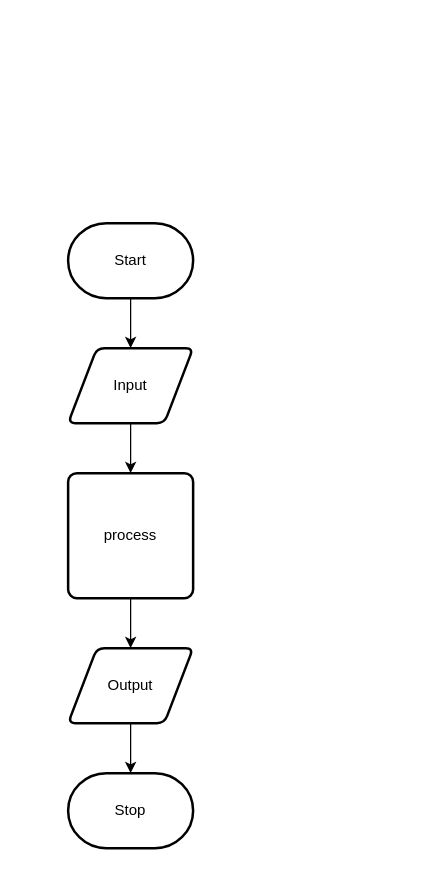
Earlier version of the draw.io diagram design/flow-chart.drawio (brennan-lee/ICS2O-5-06). Source tidied: cells renumbered, new cells numbered last; positions are measured from the earlier drawing's top-left corner, leaving out a move shared by most shapes. Both pictures are drawn from the tidied source at 125%, with x=0, y=0 at pixel (68, 222).
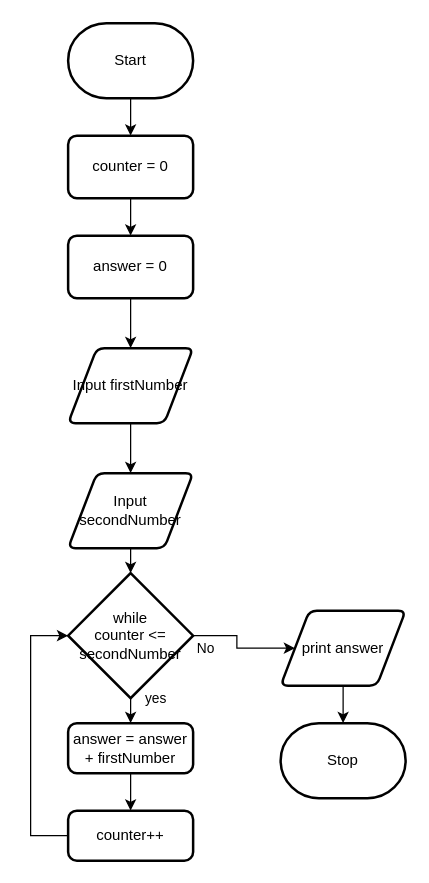
After the change.

Change to the diagram source:
```diff
@@
-    <mxCell id="2" style="edgeStyle=none;html=1;" parent="1" edge="1" source="3" target="5">
-      <mxGeometry relative="1" as="geometry" />
-    </mxCell>
+    <mxCell id="11" style="edgeStyle=orthogonalEdgeStyle;shape=connector;rounded=0;html=1;entryX=0.5;entryY=0;entryDx=0;entryDy=0;labelBackgroundColor=default;fontFamily=Helvetica;fontSize=11;fontColor=default;endArrow=classic;strokeColor=default;" parent="1" edge="1" source="3" target="18">
+      <mxGeometry relative="1" as="geometry" />
+    </mxCell>
     <mxCell id="3" value="Start" style="strokeWidth=2;html=1;shape=mxgraph.flowchart.terminator;whiteSpace=wrap;" parent="1" vertex="1">
-      <mxGeometry width="100" height="60" as="geometry" />
+      <mxGeometry y="-160" width="100" height="60" as="geometry" />
     </mxCell>
-    <mxCell id="4" style="edgeStyle=none;html=1;" parent="1" edge="1" source="5" target="7">
-      <mxGeometry relative="1" as="geometry" />
+    <mxCell id="4" style="edgeStyle=none;html=1;" parent="1" edge="1" source="5">
+      <mxGeometry relative="1" as="geometry">
+        <mxPoint x="50" y="200" as="targetPoint" />
+      </mxGeometry>
     </mxCell>
-    <mxCell id="5" value="Input" style="shape=parallelogram;html=1;strokeWidth=2;perimeter=parallelogramPerimeter;whiteSpace=wrap;rounded=1;arcSize=12;size=0.23;" parent="1" vertex="1">
+    <mxCell id="5" value="Input firstNumber" style="shape=parallelogram;html=1;strokeWidth=2;perimeter=parallelogramPerimeter;whiteSpace=wrap;rounded=1;arcSize=12;size=0.23;" parent="1" vertex="1">
       <mxGeometry y="100" width="100" height="60" as="geometry" />
     </mxCell>
-    <mxCell id="6" style="edgeStyle=none;html=1;" parent="1" edge="1" source="7" target="9">
-      <mxGeometry relative="1" as="geometry" />
-    </mxCell>
-    <mxCell id="7" value="process" style="rounded=1;whiteSpace=wrap;html=1;absoluteArcSize=1;arcSize=14;strokeWidth=2;" parent="1" vertex="1">
-      <mxGeometry y="200" width="100" height="100" as="geometry" />
-    </mxCell>
-    <mxCell id="8" style="edgeStyle=none;html=1;" parent="1" edge="1" source="9" target="10">
-      <mxGeometry relative="1" as="geometry" />
-    </mxCell>
-    <mxCell id="9" value="Output" style="shape=parallelogram;html=1;strokeWidth=2;perimeter=parallelogramPerimeter;whiteSpace=wrap;rounded=1;arcSize=12;size=0.23;" parent="1" vertex="1">
-      <mxGeometry y="340" width="100" height="60" as="geometry" />
-    </mxCell>
     <mxCell id="10" value="Stop" style="strokeWidth=2;html=1;shape=mxgraph.flowchart.terminator;whiteSpace=wrap;" parent="1" vertex="1">
-      <mxGeometry y="440" width="100" height="60" as="geometry" />
+      <mxGeometry x="170" y="400" width="100" height="60" as="geometry" />
     </mxCell>
+    <mxCell id="12" style="edgeStyle=orthogonalEdgeStyle;shape=connector;rounded=0;html=1;exitX=0.5;exitY=1;exitDx=0;exitDy=0;labelBackgroundColor=default;fontFamily=Helvetica;fontSize=11;fontColor=default;endArrow=classic;strokeColor=default;" parent="1" edge="1" source="13" target="16">
+      <mxGeometry relative="1" as="geometry" />
+    </mxCell>
+    <mxCell id="13" value="Input secondNumber" style="shape=parallelogram;html=1;strokeWidth=2;perimeter=parallelogramPerimeter;whiteSpace=wrap;rounded=1;arcSize=12;size=0.23;" parent="1" vertex="1">
+      <mxGeometry y="200" width="100" height="60" as="geometry" />
+    </mxCell>
+    <mxCell id="14" style="edgeStyle=none;html=1;" parent="1" edge="1" source="16" target="20">
+      <mxGeometry relative="1" as="geometry" />
+    </mxCell>
+    <mxCell id="15" style="edgeStyle=orthogonalEdgeStyle;shape=connector;rounded=0;html=1;entryX=0;entryY=0.5;entryDx=0;entryDy=0;labelBackgroundColor=default;fontFamily=Helvetica;fontSize=11;fontColor=default;endArrow=classic;strokeColor=default;" parent="1" edge="1" source="16" target="27">
+      <mxGeometry relative="1" as="geometry" />
+    </mxCell>
+    <mxCell id="16" value="while&lt;br&gt;counter &amp;lt;=&lt;br&gt;secondNumber" style="strokeWidth=2;html=1;shape=mxgraph.flowchart.decision;whiteSpace=wrap;" parent="1" vertex="1">
+      <mxGeometry y="280" width="100" height="100" as="geometry" />
+    </mxCell>
+    <mxCell id="17" style="edgeStyle=orthogonalEdgeStyle;shape=connector;rounded=0;html=1;labelBackgroundColor=default;fontFamily=Helvetica;fontSize=11;fontColor=default;endArrow=classic;strokeColor=default;" parent="1" edge="1" source="18" target="22">
+      <mxGeometry relative="1" as="geometry" />
+    </mxCell>
+    <mxCell id="18" value="counter = 0" style="rounded=1;whiteSpace=wrap;html=1;absoluteArcSize=1;arcSize=14;strokeWidth=2;" parent="1" vertex="1">
+      <mxGeometry y="-70" width="100" height="50" as="geometry" />
+    </mxCell>
+    <mxCell id="19" style="edgeStyle=none;html=1;" parent="1" edge="1" source="20" target="24">
+      <mxGeometry relative="1" as="geometry" />
+    </mxCell>
+    <mxCell id="20" value="answer = answer + firstNumber" style="rounded=1;whiteSpace=wrap;html=1;absoluteArcSize=1;arcSize=14;strokeWidth=2;" parent="1" vertex="1">
+      <mxGeometry y="400" width="100" height="40" as="geometry" />
+    </mxCell>
+    <mxCell id="21" style="edgeStyle=orthogonalEdgeStyle;shape=connector;rounded=0;html=1;labelBackgroundColor=default;fontFamily=Helvetica;fontSize=11;fontColor=default;endArrow=classic;strokeColor=default;" parent="1" edge="1" source="22" target="5">
+      <mxGeometry relative="1" as="geometry" />
+    </mxCell>
+    <mxCell id="22" value="answer = 0" style="rounded=1;whiteSpace=wrap;html=1;absoluteArcSize=1;arcSize=14;strokeWidth=2;" parent="1" vertex="1">
+      <mxGeometry y="10" width="100" height="50" as="geometry" />
+    </mxCell>
+    <mxCell id="23" style="edgeStyle=orthogonalEdgeStyle;shape=connector;rounded=0;html=1;entryX=0;entryY=0.5;entryDx=0;entryDy=0;entryPerimeter=0;labelBackgroundColor=default;fontFamily=Helvetica;fontSize=11;fontColor=default;endArrow=classic;strokeColor=default;" parent="1" edge="1" source="24" target="16">
+      <mxGeometry relative="1" as="geometry">
+        <Array as="points">
+          <mxPoint x="-30" y="490" />
+          <mxPoint x="-30" y="330" />
+        </Array>
+      </mxGeometry>
+    </mxCell>
+    <mxCell id="24" value="counter++" style="rounded=1;whiteSpace=wrap;html=1;absoluteArcSize=1;arcSize=14;strokeWidth=2;" parent="1" vertex="1">
+      <mxGeometry y="470" width="100" height="40" as="geometry" />
+    </mxCell>
+    <mxCell id="25" value="yes" style="text;html=1;align=center;verticalAlign=middle;strokeColor=none;fillColor=none;fontSize=11;fontFamily=Helvetica;fontColor=default;" parent="1" vertex="1">
+      <mxGeometry x="55" y="370" width="30" height="20" as="geometry" />
+    </mxCell>
+    <mxCell id="26" style="edgeStyle=orthogonalEdgeStyle;shape=connector;rounded=0;html=1;labelBackgroundColor=default;fontFamily=Helvetica;fontSize=11;fontColor=default;endArrow=classic;strokeColor=default;" parent="1" edge="1" source="27" target="10">
+      <mxGeometry relative="1" as="geometry" />
+    </mxCell>
+    <mxCell id="27" value="print answer" style="shape=parallelogram;html=1;strokeWidth=2;perimeter=parallelogramPerimeter;whiteSpace=wrap;rounded=1;arcSize=12;size=0.23;" parent="1" vertex="1">
+      <mxGeometry x="170" y="310" width="100" height="60" as="geometry" />
+    </mxCell>
+    <mxCell id="28" value="No" style="text;html=1;align=center;verticalAlign=middle;strokeColor=none;fillColor=none;fontSize=11;fontFamily=Helvetica;fontColor=default;" parent="1" vertex="1">
+      <mxGeometry x="95" y="330" width="30" height="20" as="geometry" />
+    </mxCell>
```
